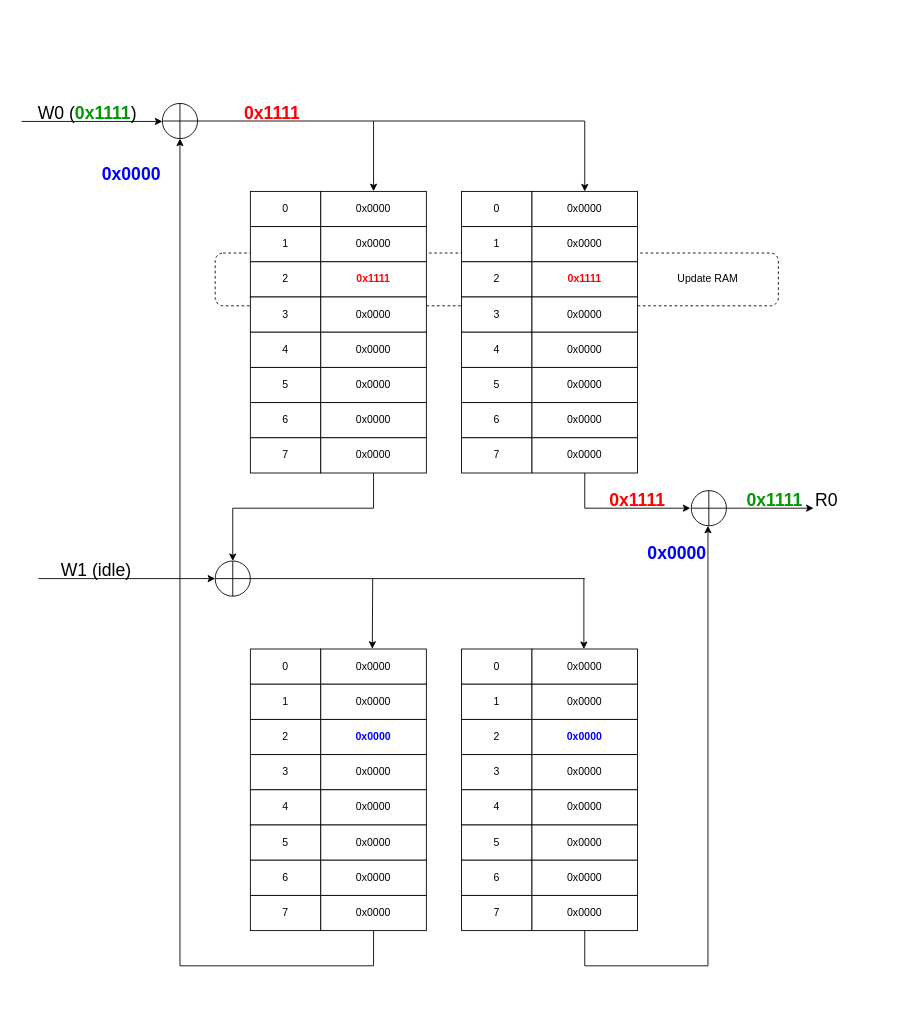
tomverbeure/tomverbeure.github.io keeps this draw.io diagram as page "W0_0x1111" (4 of 7) of assets/multiport_memories/xor_memory.drawio. Above is the earlier version. Source tidied: cells renumbered, new cells numbered last; positions are measured from the earlier drawing's top-left corner, leaving out a move shared by most shapes. Both pictures are drawn from the tidied source at 88%, with x=0, y=0 at pixel (21, 103).
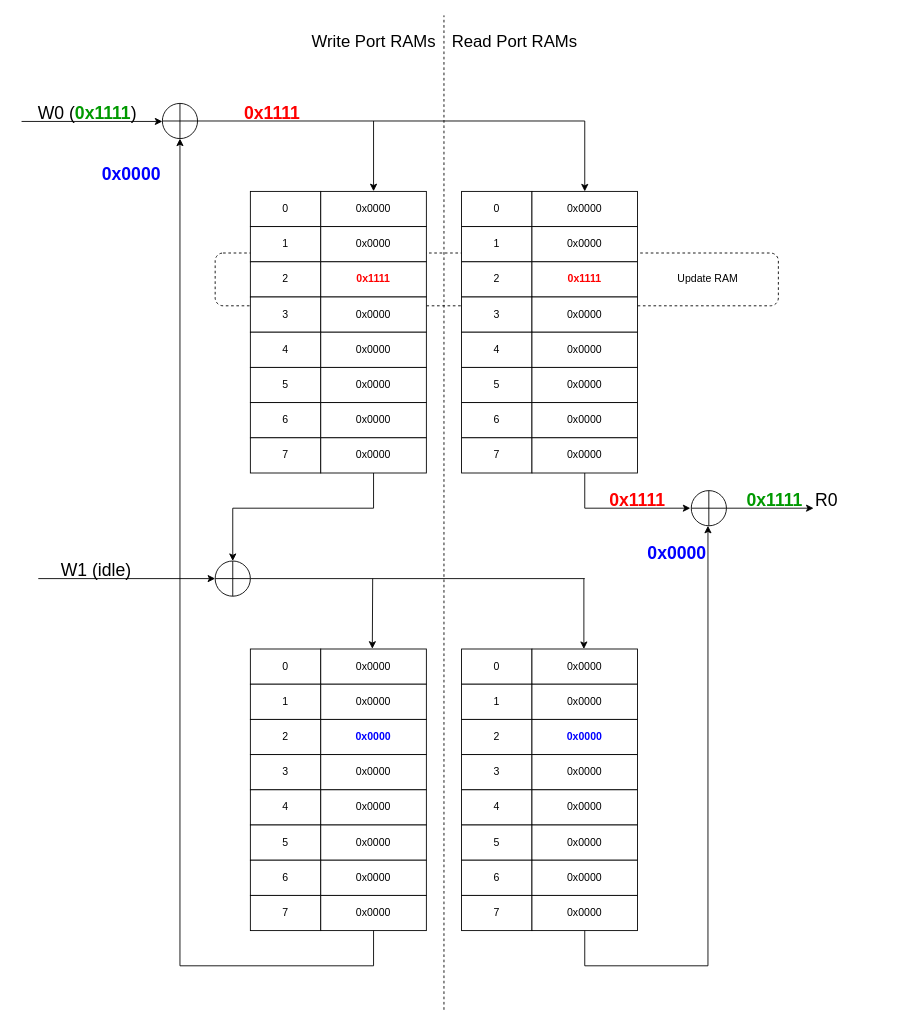
The same page after the edit.

What changed in the source:
```diff
@@
+    <mxCell id="109" style="group;" parent="1" vertex="1">
+      <mxGeometry x="320" y="-100" width="320" height="1130" as="geometry" />
+    </mxCell>
+    <mxCell id="110" style="endArrow=none;dashed=1;html=1;" parent="109" edge="1">
+      <mxGeometry relative="1" as="geometry">
+        <mxPoint x="160" y="1130" as="sourcePoint" />
+        <mxPoint x="160" as="targetPoint" />
+      </mxGeometry>
+    </mxCell>
+    <mxCell id="111" value="&lt;font style=&quot;font-size: 19px&quot;&gt;Write Port RAMs&lt;/font&gt;" style="text;html=1;align=center;verticalAlign=middle;fillColor=none;strokeColor=none;rounded=0;" parent="109" vertex="1">
+      <mxGeometry y="20" width="160" height="20" as="geometry" />
+    </mxCell>
+    <mxCell id="112" value="&lt;font style=&quot;font-size: 19px&quot;&gt;Read Port RAMs&lt;/font&gt;" style="text;html=1;align=center;verticalAlign=middle;fillColor=none;strokeColor=none;rounded=0;" parent="109" vertex="1">
+      <mxGeometry x="160" y="20" width="160" height="20" as="geometry" />
+    </mxCell>
```
